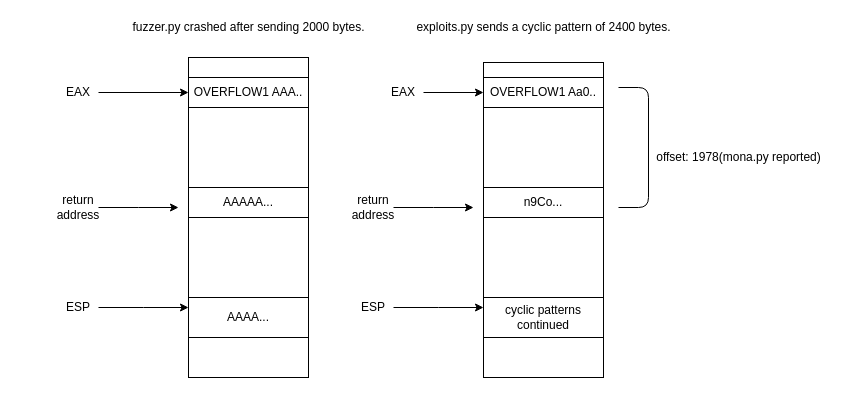
Above: buffer_overflow_prep/images/Untitled Diagram.drawio in froprintoai/thm (draw.io), before the change. Source tidied: cells renumbered, new cells numbered last; positions are measured from the earlier drawing's top-left corner, leaving out a move shared by most shapes. Both pictures are drawn from the tidied source at 100%, with x=0, y=0 at pixel (58, 17).
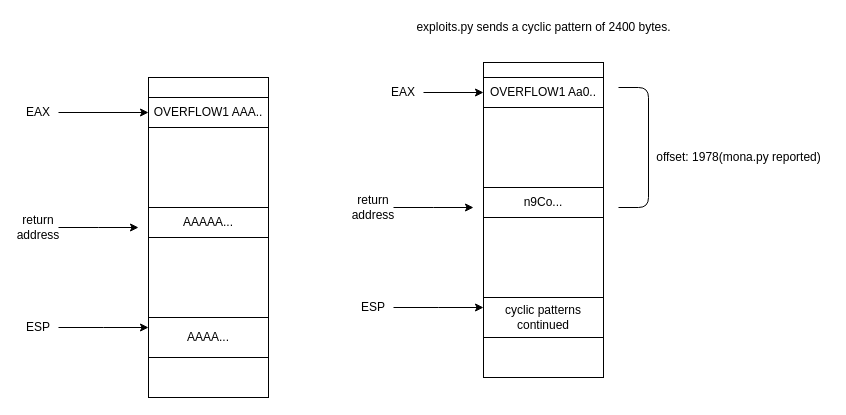
After the change.

Diff of the diagram source:
```diff
@@
     <mxCell id="2" style="rounded=0;whiteSpace=wrap;html=1;" parent="1" vertex="1">
-      <mxGeometry x="130" y="40" width="120" height="320" as="geometry" />
+      <mxGeometry x="90" y="60" width="120" height="320" as="geometry" />
     </mxCell>
-    <mxCell id="3" value="fuzzer.py crashed after sending 2000 bytes." style="text;html=1;align=center;verticalAlign=middle;" parent="1" vertex="1">
-      <mxGeometry x="65" width="250" height="20" as="geometry" />
-    </mxCell>
     <mxCell id="4" value="OVERFLOW1 AAA.." style="rounded=0;whiteSpace=wrap;html=1;" parent="1" vertex="1">
-      <mxGeometry x="130" y="60" width="120" height="30" as="geometry" />
+      <mxGeometry x="90" y="80" width="120" height="30" as="geometry" />
     </mxCell>
@@
     <mxCell id="6" value="EAX" style="text;html=1;strokeColor=none;fillColor=none;align=center;verticalAlign=middle;whiteSpace=wrap;rounded=0;" parent="1" vertex="1">
-      <mxGeometry y="65" width="40" height="20" as="geometry" />
+      <mxGeometry x="-40" y="85" width="40" height="20" as="geometry" />
     </mxCell>
     <mxCell id="7" value="AAAAA..." style="rounded=0;whiteSpace=wrap;html=1;" parent="1" vertex="1">
-      <mxGeometry x="130" y="170" width="120" height="30" as="geometry" />
+      <mxGeometry x="90" y="190" width="120" height="30" as="geometry" />
     </mxCell>
     <mxCell id="8" style="edgeStyle=orthogonalEdgeStyle;rounded=0;jettySize=auto;html=1;" parent="1" edge="1" source="9">
       <mxGeometry relative="1" as="geometry">
-        <mxPoint x="120" y="190" as="targetPoint" />
+        <mxPoint x="80" y="210" as="targetPoint" />
       </mxGeometry>
     </mxCell>
     <mxCell id="9" value="return address" style="text;html=1;strokeColor=none;fillColor=none;align=center;verticalAlign=middle;whiteSpace=wrap;rounded=0;" parent="1" vertex="1">
-      <mxGeometry y="180" width="40" height="20" as="geometry" />
+      <mxGeometry x="-40" y="200" width="40" height="20" as="geometry" />
     </mxCell>
     <mxCell id="10" value="AAAA..." style="rounded=0;whiteSpace=wrap;html=1;" parent="1" vertex="1">
-      <mxGeometry x="130" y="280" width="120" height="40" as="geometry" />
+      <mxGeometry x="90" y="300" width="120" height="40" as="geometry" />
     </mxCell>
     <mxCell id="11" style="edgeStyle=orthogonalEdgeStyle;rounded=0;jettySize=auto;html=1;entryX=0;entryY=0.5;entryDx=0;entryDy=0;" parent="1" edge="1" source="12">
       <mxGeometry relative="1" as="geometry">
-        <mxPoint x="130" y="290" as="targetPoint" />
+        <mxPoint x="90" y="310" as="targetPoint" />
       </mxGeometry>
     </mxCell>
     <mxCell id="12" value="ESP" style="text;html=1;strokeColor=none;fillColor=none;align=center;verticalAlign=middle;whiteSpace=wrap;rounded=0;" parent="1" vertex="1">
-      <mxGeometry y="280" width="40" height="20" as="geometry" />
+      <mxGeometry x="-40" y="300" width="40" height="20" as="geometry" />
     </mxCell>
```
